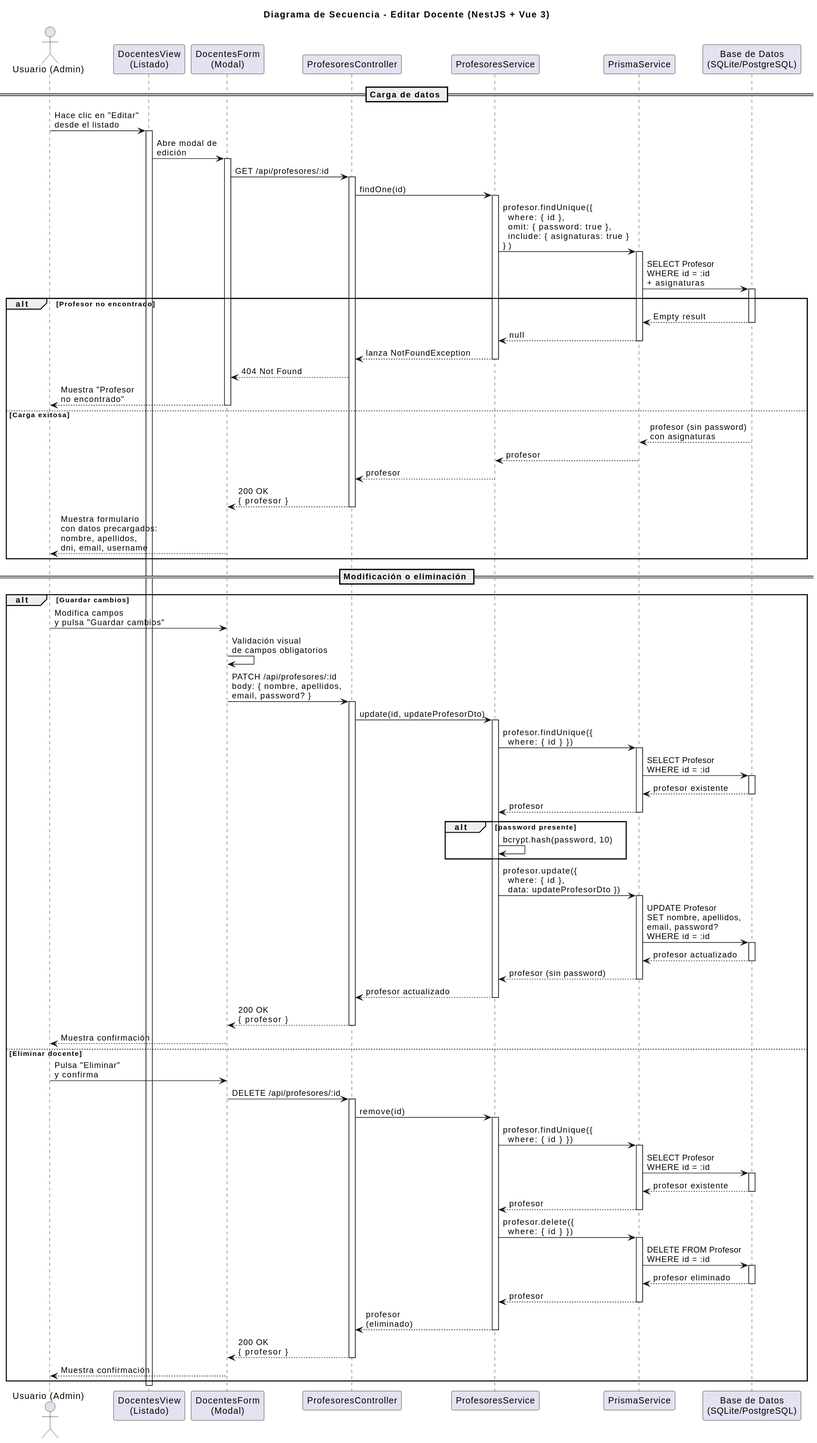
marcosgutierrez6/25-26-idsw2-sdVC keeps this PlantUML diagram as images/diseño/editarDocente/secuencia.svg. Above is the earlier version.
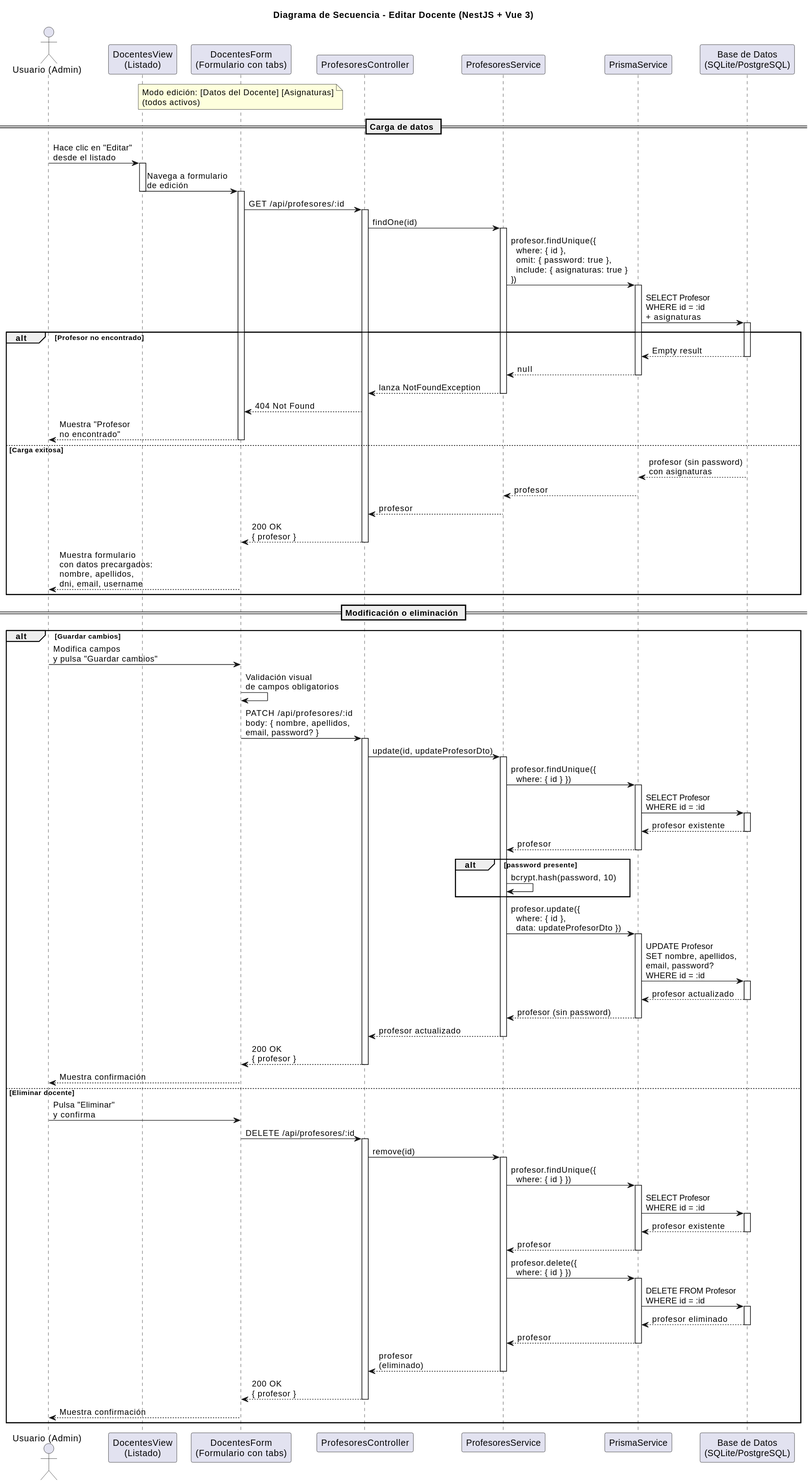
After the change.

Diff of the diagram source:
```diff
@@ -3,18 +3,21 @@
 
 actor "Usuario (Admin)" as User
 participant "DocentesView\n(Listado)" as List
-participant "DocentesForm\n(Modal)" as Form
+participant "DocentesForm\n(Formulario con tabs)" as Form
 participant "ProfesoresController" as Controller
 participant "ProfesoresService" as Service
 participant "PrismaService" as Prisma
 participant "Base de Datos\n(SQLite/PostgreSQL)" as DB
+
+note over Form : Modo edición: [Datos del Docente] [Asignaturas]\n(todos activos)
 
 == Carga de datos ==
 
 User -> List: Hace clic en "Editar"\ndesde el listado
 activate List
 
-List -> Form: Abre modal de\nedición
+List -> Form: Navega a formulario\nde edición
+deactivate List
 activate Form
 
 Form -> Controller: GET /api/profesores/:id
@@ -122,5 +125,4 @@
 end
 
 deactivate Form
-deactivate List
 @enduml
```
